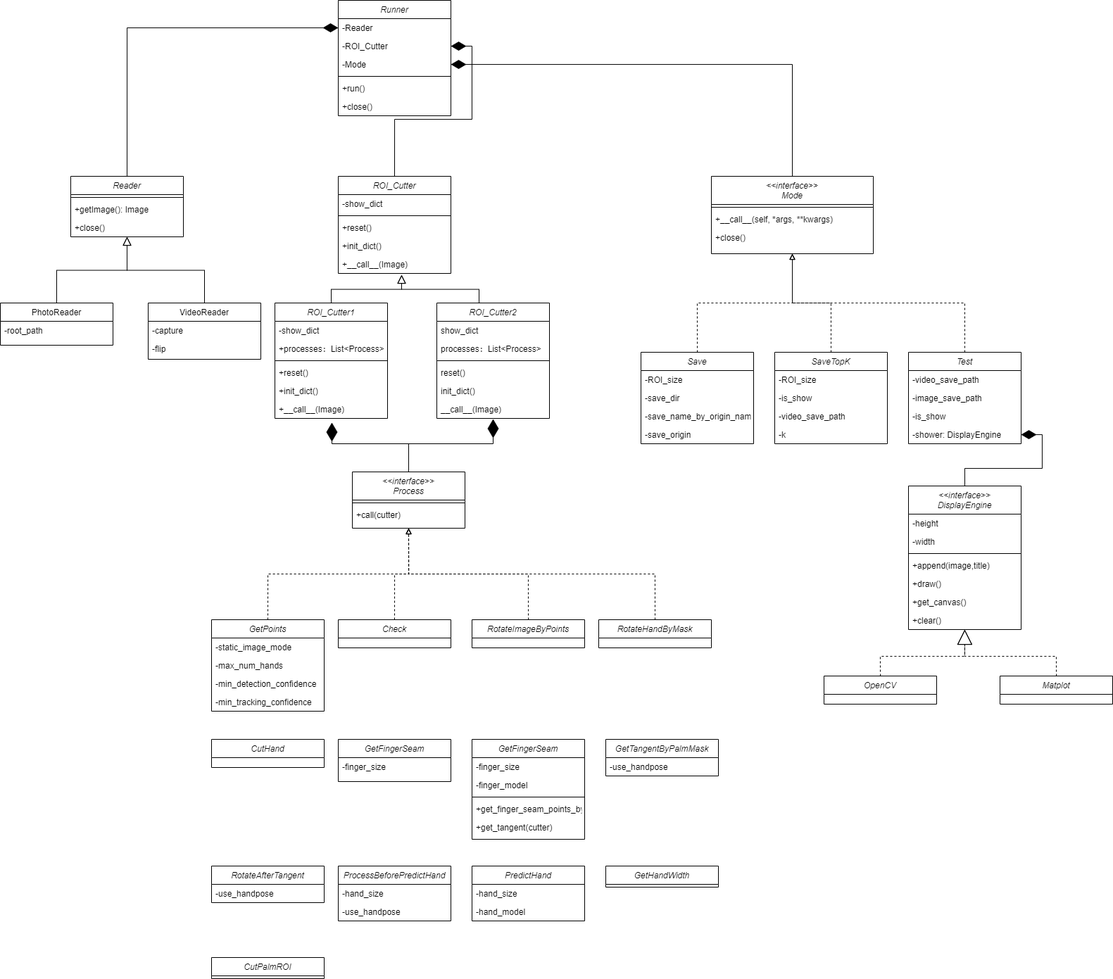
Earlier version of the draw.io export 掌纹ROI提取类图.drawio.png (AlwaysGemini/Image). Source tidied: cells renumbered, new cells last; positions are measured from the earlier drawing's top-left corner, leaving out a move shared by most shapes.
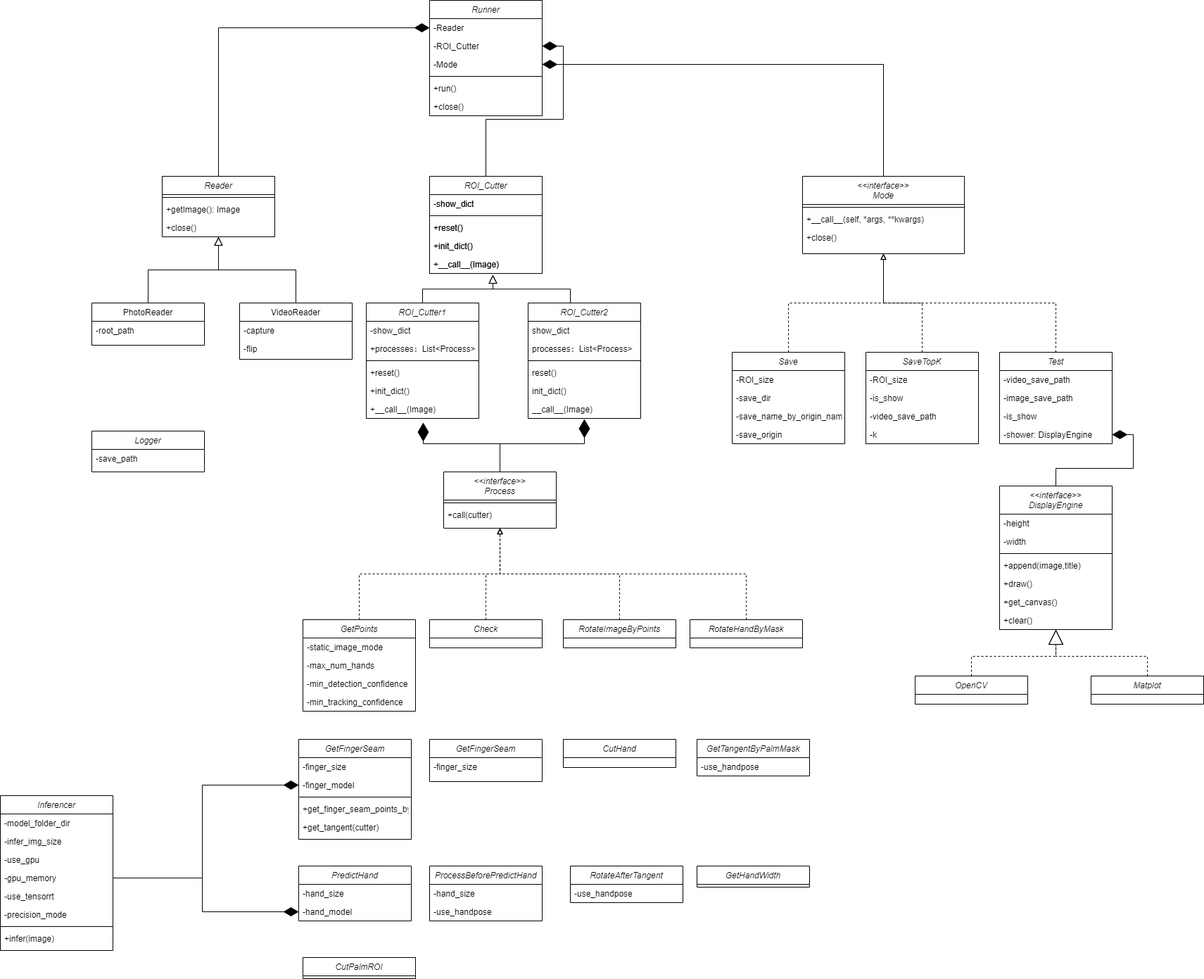
The same diagram one commit later.

Commit message:
更新掌纹ROI提取类图.drawio.png

Change to the diagram source:
```diff
@@ -310,7 +310,7 @@
       <mxGeometry x="1420" y="960" width="160" height="40" as="geometry" />
     </mxCell>
     <mxCell id="97" value="CutHand" style="swimlane;fontStyle=2;align=center;verticalAlign=top;horizontal=1;startSize=26;rounded=0;shadow=0;strokeWidth=1;" parent="1" vertex="1">
-      <mxGeometry x="300" y="1050" width="160" height="40" as="geometry" />
+      <mxGeometry x="670" y="1050" width="160" height="40" as="geometry" />
     </mxCell>
     <mxCell id="98" value="GetFingerSeam" style="swimlane;fontStyle=2;align=center;verticalAlign=top;horizontal=1;startSize=26;rounded=0;shadow=0;strokeWidth=1;" parent="1" vertex="1">
       <mxGeometry x="480" y="1050" width="160" height="60" as="geometry" />
@@ -325,7 +325,7 @@
       <mxGeometry y="26" width="160" height="26" as="geometry" />
     </mxCell>
     <mxCell id="102" value="GetFingerSeam" style="swimlane;fontStyle=2;align=center;verticalAlign=top;horizontal=1;startSize=26;rounded=0;shadow=0;strokeWidth=1;" parent="1" vertex="1">
-      <mxGeometry x="670" y="1050" width="160" height="142" as="geometry" />
+      <mxGeometry x="294" y="1050" width="160" height="142" as="geometry" />
     </mxCell>
     <mxCell id="103" value="-finger_size" style="text;align=left;verticalAlign=top;spacingLeft=4;spacingRight=4;overflow=hidden;" parent="102" vertex="1">
       <mxGeometry y="26" width="160" height="26" as="geometry" />
@@ -343,7 +343,7 @@
       <mxGeometry y="112" width="160" height="26" as="geometry" />
     </mxCell>
     <mxCell id="108" value="RotateAfterTangent" style="swimlane;fontStyle=2;align=center;verticalAlign=top;horizontal=1;startSize=26;rounded=0;shadow=0;strokeWidth=1;" parent="1" vertex="1">
-      <mxGeometry x="300" y="1230" width="160" height="52" as="geometry" />
+      <mxGeometry x="680" y="1230" width="160" height="52" as="geometry" />
     </mxCell>
     <mxCell id="109" value="-use_handpose" style="text;align=left;verticalAlign=top;spacingLeft=4;spacingRight=4;overflow=hidden;" parent="108" vertex="1">
       <mxGeometry y="26" width="160" height="26" as="geometry" />
@@ -358,7 +358,7 @@
       <mxGeometry y="52" width="160" height="26" as="geometry" />
     </mxCell>
     <mxCell id="113" value="PredictHand" style="swimlane;fontStyle=2;align=center;verticalAlign=top;horizontal=1;startSize=26;rounded=0;shadow=0;strokeWidth=1;" parent="1" vertex="1">
-      <mxGeometry x="670" y="1230" width="160" height="78" as="geometry" />
+      <mxGeometry x="294" y="1230" width="160" height="78" as="geometry" />
     </mxCell>
     <mxCell id="114" value="-hand_size" style="text;align=left;verticalAlign=top;spacingLeft=4;spacingRight=4;overflow=hidden;" parent="113" vertex="1">
       <mxGeometry y="26" width="160" height="26" as="geometry" />
@@ -372,5 +372,62 @@
     <mxCell id="117" value="CutPalmROI" style="swimlane;fontStyle=2;align=center;verticalAlign=top;horizontal=1;startSize=26;rounded=0;shadow=0;strokeWidth=1;" parent="1" vertex="1">
       <mxGeometry x="300" y="1360" width="160" height="30" as="geometry" />
     </mxCell>
+    <mxCell id="118" value="ROI_Cutter" style="swimlane;fontStyle=2;align=center;verticalAlign=top;horizontal=1;startSize=26;rounded=0;shadow=0;strokeWidth=1;" parent="1" vertex="1">
+      <mxGeometry x="480" y="250" width="160" height="138" as="geometry" />
+    </mxCell>
+    <mxCell id="119" value="-show_dict" style="text;align=left;verticalAlign=top;spacingLeft=4;spacingRight=4;overflow=hidden;" parent="118" vertex="1">
+      <mxGeometry y="26" width="160" height="26" as="geometry" />
+    </mxCell>
+    <mxCell id="120" style="line;html=1;strokeWidth=1;align=left;verticalAlign=middle;spacingTop=-1;spacingLeft=3;spacingRight=3;labelPosition=right;" parent="118" vertex="1">
+      <mxGeometry y="52" width="160" height="8" as="geometry" />
+    </mxCell>
+    <mxCell id="121" value="+reset()&#10;" style="text;align=left;verticalAlign=top;spacingLeft=4;spacingRight=4;overflow=hidden;" parent="118" vertex="1">
+      <mxGeometry y="60" width="160" height="26" as="geometry" />
+    </mxCell>
+    <mxCell id="122" value="+init_dict()&#10;" style="text;align=left;verticalAlign=top;spacingLeft=4;spacingRight=4;overflow=hidden;" parent="118" vertex="1">
+      <mxGeometry y="86" width="160" height="26" as="geometry" />
+    </mxCell>
+    <mxCell id="123" value="+__call__(Image)" style="text;align=left;verticalAlign=top;spacingLeft=4;spacingRight=4;overflow=hidden;" parent="118" vertex="1">
+      <mxGeometry y="112" width="160" height="26" as="geometry" />
+    </mxCell>
+    <mxCell id="124" value="Logger" style="swimlane;fontStyle=2;align=center;verticalAlign=top;horizontal=1;startSize=26;rounded=0;shadow=0;strokeWidth=1;" parent="1" vertex="1">
+      <mxGeometry y="612" width="160" height="58" as="geometry" />
+    </mxCell>
+    <mxCell id="125" value="-save_path" style="text;align=left;verticalAlign=top;spacingLeft=4;spacingRight=4;overflow=hidden;" parent="124" vertex="1">
+      <mxGeometry y="26" width="160" height="26" as="geometry" />
+    </mxCell>
+    <mxCell id="126" value="Inferencer" style="swimlane;fontStyle=2;align=center;verticalAlign=top;horizontal=1;startSize=26;rounded=0;shadow=0;strokeWidth=1;" parent="1" vertex="1">
+      <mxGeometry x="-130" y="1130" width="160" height="220" as="geometry" />
+    </mxCell>
+    <mxCell id="127" value="-model_folder_dir" style="text;align=left;verticalAlign=top;spacingLeft=4;spacingRight=4;overflow=hidden;" parent="126" vertex="1">
+      <mxGeometry y="26" width="160" height="26" as="geometry" />
+    </mxCell>
+    <mxCell id="128" value="-infer_img_size" style="text;align=left;verticalAlign=top;spacingLeft=4;spacingRight=4;overflow=hidden;" parent="126" vertex="1">
+      <mxGeometry y="52" width="160" height="26" as="geometry" />
+    </mxCell>
+    <mxCell id="129" value="-use_gpu" style="text;align=left;verticalAlign=top;spacingLeft=4;spacingRight=4;overflow=hidden;" parent="126" vertex="1">
+      <mxGeometry y="78" width="160" height="26" as="geometry" />
+    </mxCell>
+    <mxCell id="130" value="-gpu_memory" style="text;align=left;verticalAlign=top;spacingLeft=4;spacingRight=4;overflow=hidden;points=[[0,0.5],[1,0.5]];portConstraint=eastwest;" parent="126" vertex="1">
+      <mxGeometry y="104" width="160" height="26" as="geometry" />
+    </mxCell>
+    <mxCell id="131" value="-use_tensorrt" style="text;align=left;verticalAlign=top;spacingLeft=4;spacingRight=4;overflow=hidden;" parent="126" vertex="1">
+      <mxGeometry y="130" width="160" height="26" as="geometry" />
+    </mxCell>
+    <mxCell id="132" value="-precision_mode" style="text;align=left;verticalAlign=top;spacingLeft=4;spacingRight=4;overflow=hidden;" parent="126" vertex="1">
+      <mxGeometry y="156" width="160" height="26" as="geometry" />
+    </mxCell>
+    <mxCell id="133" style="line;html=1;strokeWidth=1;align=left;verticalAlign=middle;spacingTop=-1;spacingLeft=3;spacingRight=3;labelPosition=right;" parent="126" vertex="1">
+      <mxGeometry y="182" width="160" height="8" as="geometry" />
+    </mxCell>
+    <mxCell id="134" value="+infer(image)" style="text;align=left;verticalAlign=top;spacingLeft=4;spacingRight=4;overflow=hidden;" parent="126" vertex="1">
+      <mxGeometry y="190" width="160" height="26" as="geometry" />
+    </mxCell>
+    <mxCell id="135" style="edgeStyle=orthogonalEdgeStyle;rounded=0;jettySize=auto;html=1;exitX=1;exitY=0.5;exitDx=0;exitDy=0;strokeWidth=1;endArrow=diamondThin;endFill=1;endSize=19;" parent="1" edge="1" source="130" target="115">
+      <mxGeometry relative="1" as="geometry" />
+    </mxCell>
+    <mxCell id="136" style="edgeStyle=orthogonalEdgeStyle;rounded=0;jettySize=auto;html=1;exitX=1;exitY=0.5;exitDx=0;exitDy=0;strokeWidth=1;endArrow=diamondThin;endFill=1;endSize=19;" parent="1" edge="1" source="130" target="104">
+      <mxGeometry relative="1" as="geometry" />
+    </mxCell>
   </root>
 </mxGraphModel>
```
